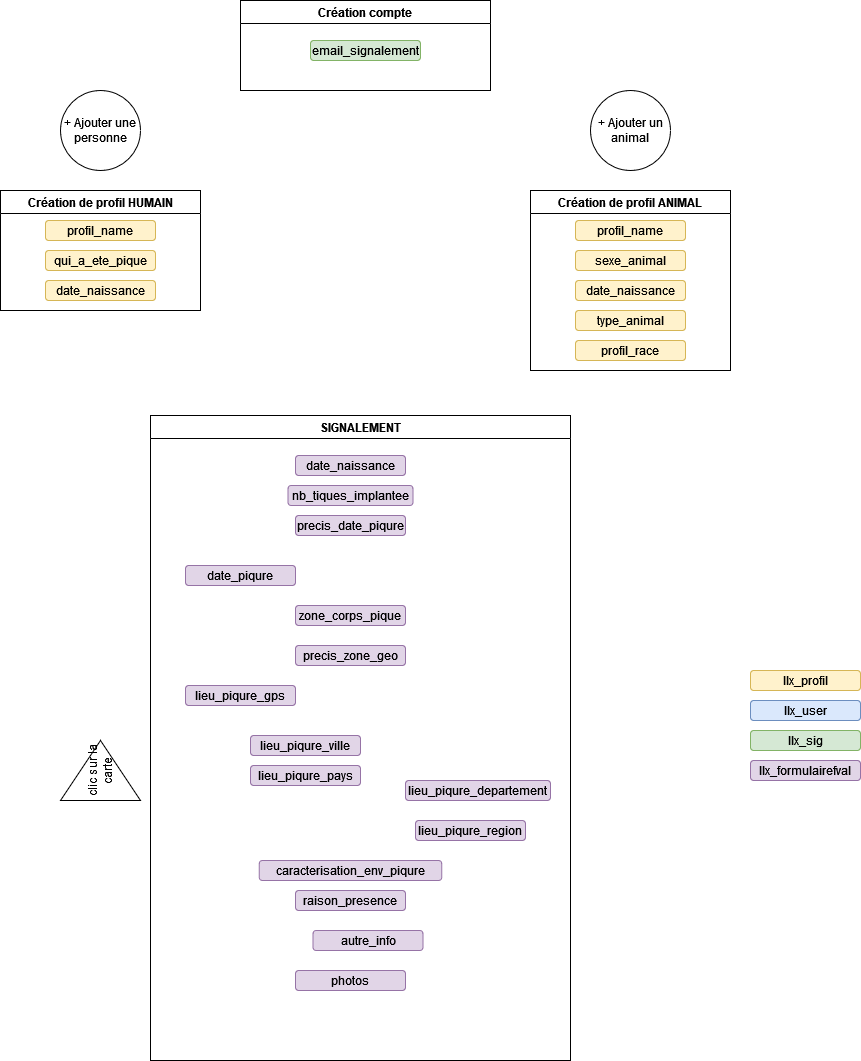
Before: docs/_images/appli.png, a diagram exported from draw.io (luluhsl/CiTIQUE-Documentation). Source tidied: cells renumbered, new cells last; positions are measured from the earlier drawing's top-left corner, leaving out a move shared by most shapes.
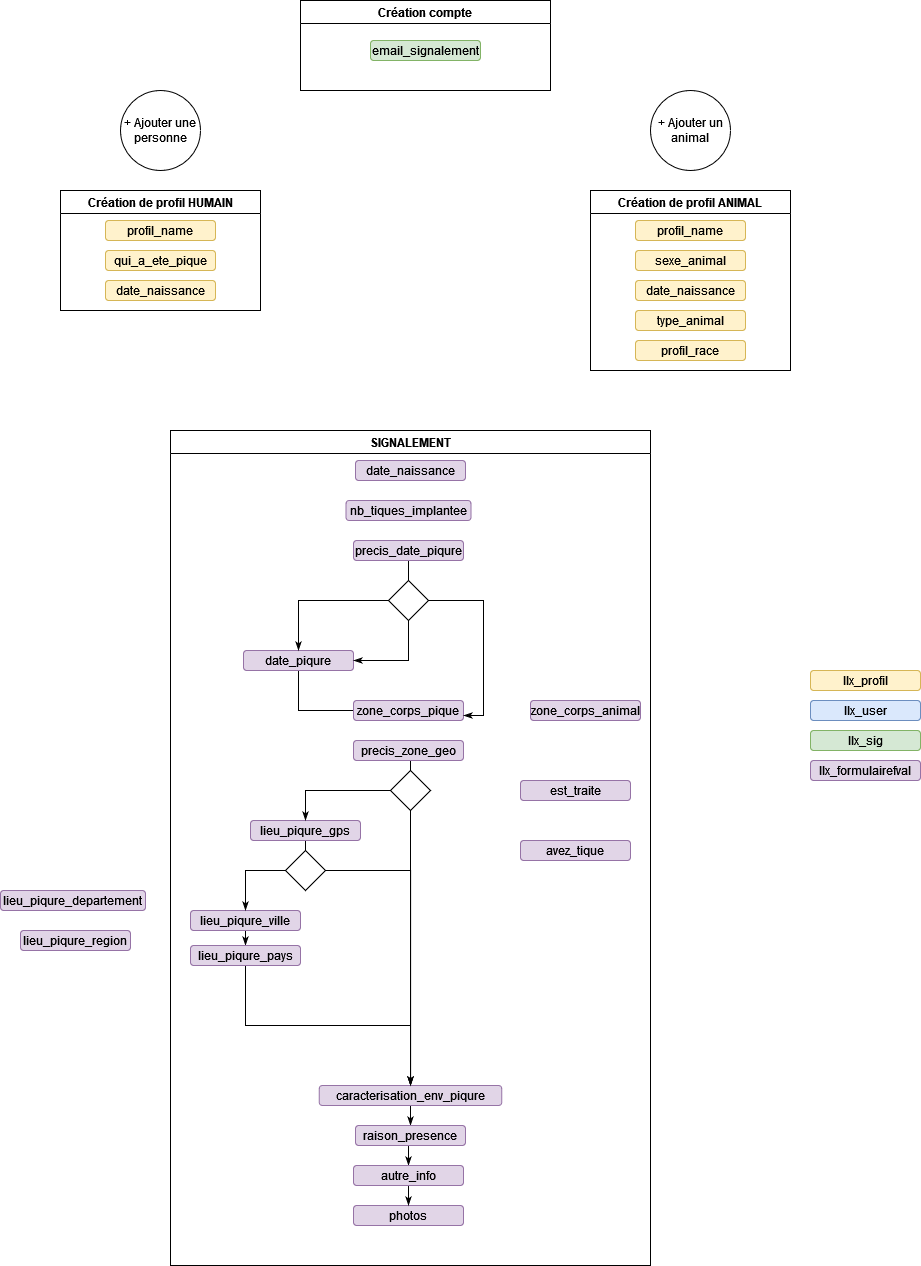
Above is the later version.

Commit message:
Mettre à jour appli.png

The edit, as a diff of the source:
```diff
@@ -48,47 +48,115 @@
       <mxGeometry x="750" y="730" width="110" height="20" as="geometry" />
     </mxCell>
     <mxCell id="17" value="SIGNALEMENT" style="swimlane;whiteSpace=wrap;html=1;" parent="1" vertex="1">
-      <mxGeometry x="150" y="415" width="420" height="645" as="geometry" />
+      <mxGeometry x="110" y="430" width="480" height="835" as="geometry" />
     </mxCell>
     <mxCell id="18" value="date_naissance" style="rounded=1;whiteSpace=wrap;html=1;fillColor=#e1d5e7;strokeColor=#9673a6;" parent="17" vertex="1">
-      <mxGeometry x="145" y="40" width="110" height="20" as="geometry" />
+      <mxGeometry x="185" y="30" width="110" height="20" as="geometry" />
     </mxCell>
+    <mxCell id="37" style="edgeStyle=orthogonalEdgeStyle;rounded=0;jettySize=auto;html=1;exitX=0.5;exitY=1;exitDx=0;exitDy=0;entryX=0.5;entryY=0;entryDx=0;entryDy=0;endArrow=none;endFill=0;" parent="17" edge="1" source="19" target="48">
+      <mxGeometry relative="1" as="geometry" />
+    </mxCell>
     <mxCell id="19" value="precis_date_piqure" style="rounded=1;whiteSpace=wrap;html=1;fillColor=#e1d5e7;strokeColor=#9673a6;" parent="17" vertex="1">
-      <mxGeometry x="145" y="100" width="110" height="20" as="geometry" />
+      <mxGeometry x="183" y="110" width="110" height="20" as="geometry" />
     </mxCell>
+    <mxCell id="38" style="edgeStyle=orthogonalEdgeStyle;rounded=0;jettySize=auto;html=1;exitX=0.5;exitY=1;exitDx=0;exitDy=0;entryX=0;entryY=0.5;entryDx=0;entryDy=0;endArrow=none;endFill=0;" parent="17" edge="1" source="20" target="21">
+      <mxGeometry relative="1" as="geometry" />
+    </mxCell>
     <mxCell id="20" value="date_piqure" style="rounded=1;whiteSpace=wrap;html=1;fillColor=#e1d5e7;strokeColor=#9673a6;" parent="17" vertex="1">
-      <mxGeometry x="35" y="150" width="110" height="20" as="geometry" />
+      <mxGeometry x="73" y="220" width="110" height="20" as="geometry" />
     </mxCell>
     <mxCell id="21" value="zone_corps_pique" style="rounded=1;whiteSpace=wrap;html=1;fillColor=#e1d5e7;strokeColor=#9673a6;" parent="17" vertex="1">
-      <mxGeometry x="145" y="190" width="110" height="20" as="geometry" />
+      <mxGeometry x="183" y="270" width="110" height="20" as="geometry" />
     </mxCell>
+    <mxCell id="39" style="edgeStyle=orthogonalEdgeStyle;rounded=0;jettySize=auto;html=1;exitX=0.5;exitY=1;exitDx=0;exitDy=0;endArrow=none;endFill=0;entryX=1;entryY=0.5;entryDx=0;entryDy=0;" parent="17" edge="1" source="22">
+      <mxGeometry relative="1" as="geometry">
+        <mxPoint x="240" y="345" as="targetPoint" />
+      </mxGeometry>
+    </mxCell>
     <mxCell id="22" value="precis_zone_geo" style="rounded=1;whiteSpace=wrap;html=1;fillColor=#e1d5e7;strokeColor=#9673a6;" parent="17" vertex="1">
-      <mxGeometry x="145" y="230" width="110" height="20" as="geometry" />
+      <mxGeometry x="183" y="310" width="110" height="20" as="geometry" />
     </mxCell>
     <mxCell id="23" value="nb_tiques_implantee" style="rounded=1;whiteSpace=wrap;html=1;fillColor=#e1d5e7;strokeColor=#9673a6;" parent="17" vertex="1">
-      <mxGeometry x="137.5" y="70" width="125" height="20" as="geometry" />
+      <mxGeometry x="175.5" y="70" width="125" height="20" as="geometry" />
     </mxCell>
+    <mxCell id="40" style="edgeStyle=orthogonalEdgeStyle;rounded=0;jettySize=auto;html=1;exitX=0.5;exitY=1;exitDx=0;exitDy=0;entryX=0.5;entryY=0;entryDx=0;entryDy=0;endArrow=none;endFill=0;" parent="17" edge="1" source="24" target="55">
+      <mxGeometry relative="1" as="geometry" />
+    </mxCell>
     <mxCell id="24" value="lieu_piqure_gps" style="rounded=1;whiteSpace=wrap;html=1;fillColor=#e1d5e7;strokeColor=#9673a6;" parent="17" vertex="1">
-      <mxGeometry x="35" y="270" width="110" height="20" as="geometry" />
+      <mxGeometry x="80" y="390" width="110" height="20" as="geometry" />
     </mxCell>
+    <mxCell id="41" style="edgeStyle=orthogonalEdgeStyle;rounded=0;jettySize=auto;html=1;exitX=0.5;exitY=1;exitDx=0;exitDy=0;endArrow=classicThin;endFill=1;entryX=0.5;entryY=0;entryDx=0;entryDy=0;" parent="17" edge="1" source="25" target="26">
+      <mxGeometry relative="1" as="geometry" />
+    </mxCell>
     <mxCell id="25" value="lieu_piqure_ville" style="rounded=1;whiteSpace=wrap;html=1;fillColor=#e1d5e7;strokeColor=#9673a6;" parent="17" vertex="1">
-      <mxGeometry x="100" y="320" width="110" height="20" as="geometry" />
+      <mxGeometry x="20" y="480" width="110" height="20" as="geometry" />
     </mxCell>
+    <mxCell id="42" style="edgeStyle=orthogonalEdgeStyle;rounded=0;jettySize=auto;html=1;exitX=0.5;exitY=1;exitDx=0;exitDy=0;endArrow=classicThin;endFill=1;entryX=0.5;entryY=0;entryDx=0;entryDy=0;" parent="17" edge="1" source="26" target="28">
+      <mxGeometry relative="1" as="geometry" />
+    </mxCell>
     <mxCell id="26" value="lieu_piqure_pays" style="rounded=1;whiteSpace=wrap;html=1;fillColor=#e1d5e7;strokeColor=#9673a6;" parent="17" vertex="1">
-      <mxGeometry x="100" y="350" width="110" height="20" as="geometry" />
+      <mxGeometry x="20" y="515" width="110" height="20" as="geometry" />
     </mxCell>
-    <mxCell id="27" value="lieu_piqure_departement" style="rounded=1;whiteSpace=wrap;html=1;fillColor=#e1d5e7;strokeColor=#9673a6;" parent="17" vertex="1">
-      <mxGeometry x="255" y="365" width="145" height="20" as="geometry" />
-    </mxCell>
+    <mxCell id="43" style="edgeStyle=orthogonalEdgeStyle;rounded=0;jettySize=auto;html=1;exitX=0.5;exitY=1;exitDx=0;exitDy=0;entryX=0.5;entryY=0;entryDx=0;entryDy=0;endArrow=classicThin;endFill=1;" parent="17" edge="1" source="28" target="29">
+      <mxGeometry relative="1" as="geometry" />
+    </mxCell>
     <mxCell id="28" value="caracterisation_env_piqure" style="rounded=1;whiteSpace=wrap;html=1;fillColor=#e1d5e7;strokeColor=#9673a6;" parent="17" vertex="1">
-      <mxGeometry x="108.8" y="445" width="182.5" height="20" as="geometry" />
+      <mxGeometry x="148.8" y="655" width="182.5" height="20" as="geometry" />
     </mxCell>
+    <mxCell id="44" style="edgeStyle=orthogonalEdgeStyle;rounded=0;jettySize=auto;html=1;exitX=0.5;exitY=1;exitDx=0;exitDy=0;entryX=0.5;entryY=0;entryDx=0;entryDy=0;endArrow=classicThin;endFill=1;" parent="17" edge="1" source="29" target="35">
+      <mxGeometry relative="1" as="geometry" />
+    </mxCell>
     <mxCell id="29" value="raison_presence" style="rounded=1;whiteSpace=wrap;html=1;fillColor=#e1d5e7;strokeColor=#9673a6;" parent="17" vertex="1">
-      <mxGeometry x="145" y="475" width="110" height="20" as="geometry" />
+      <mxGeometry x="185" y="695" width="110" height="20" as="geometry" />
     </mxCell>
     <mxCell id="30" value="photos" style="rounded=1;whiteSpace=wrap;html=1;fillColor=#e1d5e7;strokeColor=#9673a6;" parent="17" vertex="1">
-      <mxGeometry x="145" y="555" width="110" height="20" as="geometry" />
+      <mxGeometry x="183" y="775" width="110" height="20" as="geometry" />
     </mxCell>
+    <mxCell id="45" style="edgeStyle=orthogonalEdgeStyle;rounded=0;jettySize=auto;html=1;exitX=0;exitY=0.5;exitDx=0;exitDy=0;entryX=0.5;entryY=0;entryDx=0;entryDy=0;endArrow=classicThin;endFill=1;" parent="17" edge="1" source="48" target="20">
+      <mxGeometry relative="1" as="geometry" />
+    </mxCell>
+    <mxCell id="46" style="edgeStyle=orthogonalEdgeStyle;rounded=0;jettySize=auto;html=1;exitX=0.5;exitY=1;exitDx=0;exitDy=0;entryX=1;entryY=0.5;entryDx=0;entryDy=0;endArrow=classicThin;endFill=1;" parent="17" edge="1" source="48" target="20">
+      <mxGeometry relative="1" as="geometry" />
+    </mxCell>
+    <mxCell id="47" style="edgeStyle=orthogonalEdgeStyle;rounded=0;jettySize=auto;html=1;exitX=1;exitY=0.5;exitDx=0;exitDy=0;entryX=1;entryY=0.75;entryDx=0;entryDy=0;endArrow=classicThin;endFill=1;" parent="17" edge="1" source="48" target="21">
+      <mxGeometry relative="1" as="geometry" />
+    </mxCell>
+    <mxCell id="48" style="rhombus;whiteSpace=wrap;html=1;" parent="17" vertex="1">
+      <mxGeometry x="218" y="150" width="40" height="40" as="geometry" />
+    </mxCell>
+    <mxCell id="49" style="edgeStyle=orthogonalEdgeStyle;rounded=0;jettySize=auto;html=1;exitX=0.5;exitY=1;exitDx=0;exitDy=0;entryX=0.5;entryY=0;entryDx=0;entryDy=0;endArrow=classicThin;endFill=1;" parent="17" edge="1" source="35" target="30">
+      <mxGeometry relative="1" as="geometry" />
+    </mxCell>
+    <mxCell id="35" value="autre_info" style="rounded=1;whiteSpace=wrap;html=1;fillColor=#e1d5e7;strokeColor=#9673a6;" parent="17" vertex="1">
+      <mxGeometry x="183" y="735" width="110" height="20" as="geometry" />
+    </mxCell>
+    <mxCell id="50" style="edgeStyle=orthogonalEdgeStyle;rounded=0;jettySize=auto;html=1;exitX=0;exitY=0.5;exitDx=0;exitDy=0;entryX=0.5;entryY=0;entryDx=0;entryDy=0;endArrow=classicThin;endFill=1;" parent="17" edge="1" source="52" target="24">
+      <mxGeometry relative="1" as="geometry" />
+    </mxCell>
+    <mxCell id="51" style="edgeStyle=orthogonalEdgeStyle;rounded=0;jettySize=auto;html=1;exitX=0.5;exitY=1;exitDx=0;exitDy=0;entryX=0.5;entryY=0;entryDx=0;entryDy=0;endArrow=classicThin;endFill=1;" parent="17" edge="1" source="52" target="28">
+      <mxGeometry relative="1" as="geometry" />
+    </mxCell>
+    <mxCell id="52" style="rhombus;whiteSpace=wrap;html=1;" parent="17" vertex="1">
+      <mxGeometry x="220" y="340" width="40" height="40" as="geometry" />
+    </mxCell>
+    <mxCell id="53" style="edgeStyle=orthogonalEdgeStyle;rounded=0;jettySize=auto;html=1;exitX=0;exitY=0.5;exitDx=0;exitDy=0;entryX=0.5;entryY=0;entryDx=0;entryDy=0;endArrow=classicThin;endFill=1;" parent="17" edge="1" source="55" target="25">
+      <mxGeometry relative="1" as="geometry" />
+    </mxCell>
+    <mxCell id="54" style="edgeStyle=orthogonalEdgeStyle;rounded=0;jettySize=auto;html=1;exitX=1;exitY=0.5;exitDx=0;exitDy=0;endArrow=classicThin;endFill=1;" parent="17" edge="1" source="55" target="28">
+      <mxGeometry relative="1" as="geometry" />
+    </mxCell>
+    <mxCell id="55" style="rhombus;whiteSpace=wrap;html=1;" parent="17" vertex="1">
+      <mxGeometry x="115" y="420" width="40" height="40" as="geometry" />
+    </mxCell>
+    <mxCell id="56" value="zone_corps_animal" style="rounded=1;whiteSpace=wrap;html=1;fillColor=#e1d5e7;strokeColor=#9673a6;" parent="17" vertex="1">
+      <mxGeometry x="360" y="270" width="110" height="20" as="geometry" />
+    </mxCell>
+    <mxCell id="57" value="est_traite" style="rounded=1;whiteSpace=wrap;html=1;fillColor=#e1d5e7;strokeColor=#9673a6;" parent="17" vertex="1">
+      <mxGeometry x="350" y="350" width="110" height="20" as="geometry" />
+    </mxCell>
+    <mxCell id="58" value="avez_tique" style="rounded=1;whiteSpace=wrap;html=1;fillColor=#e1d5e7;strokeColor=#9673a6;" parent="17" vertex="1">
+      <mxGeometry x="350" y="410" width="110" height="20" as="geometry" />
+    </mxCell>
     <mxCell id="31" value="Création compte" style="swimlane;whiteSpace=wrap;html=1;" parent="1" vertex="1">
       <mxGeometry x="240" width="250" height="90" as="geometry" />
     </mxCell>
@@ -98,14 +166,11 @@
     <mxCell id="33" value="llx_formulairefval" style="rounded=1;whiteSpace=wrap;html=1;fillColor=#e1d5e7;strokeColor=#9673a6;" parent="1" vertex="1">
       <mxGeometry x="750" y="760" width="110" height="20" as="geometry" />
     </mxCell>
+    <mxCell id="27" value="lieu_piqure_departement" style="rounded=1;whiteSpace=wrap;html=1;fillColor=#e1d5e7;strokeColor=#9673a6;" parent="1" vertex="1">
+      <mxGeometry x="-60" y="890" width="145" height="20" as="geometry" />
+    </mxCell>
     <mxCell id="34" value="lieu_piqure_region" style="rounded=1;whiteSpace=wrap;html=1;fillColor=#e1d5e7;strokeColor=#9673a6;" parent="1" vertex="1">
-      <mxGeometry x="415" y="820" width="110" height="20" as="geometry" />
+      <mxGeometry x="-40" y="930" width="110" height="20" as="geometry" />
     </mxCell>
-    <mxCell id="35" value="autre_info" style="rounded=1;whiteSpace=wrap;html=1;fillColor=#e1d5e7;strokeColor=#9673a6;" parent="1" vertex="1">
-      <mxGeometry x="312.5" y="930" width="110" height="20" as="geometry" />
-    </mxCell>
-    <mxCell id="36" value="clic sur la carte" style="triangle;whiteSpace=wrap;html=1;rotation=-90;" parent="1" vertex="1">
-      <mxGeometry x="70" y="730" width="60" height="80" as="geometry" />
-    </mxCell>
   </root>
 </mxGraphModel>
```
